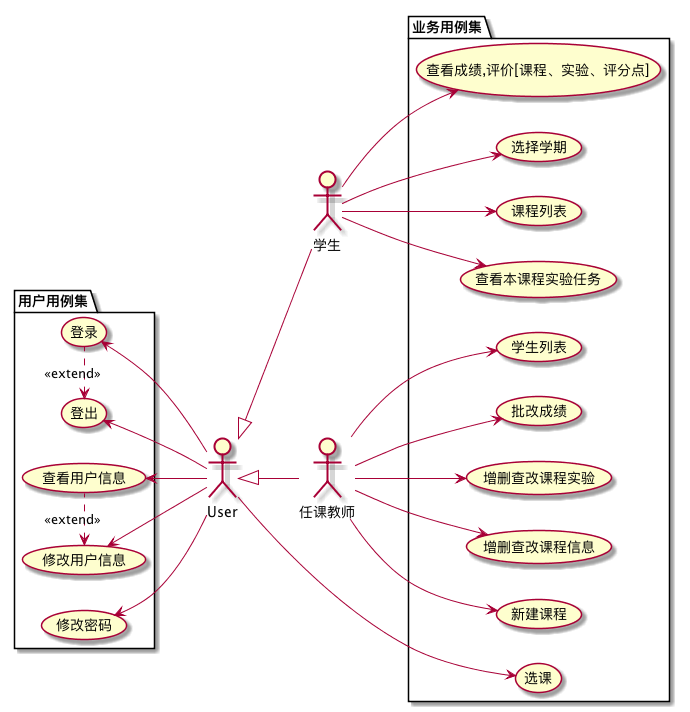
Above: out/test6/用例图/用例图.png in Landy7/is_analysis (PlantUML), before the change. Source of this version:
```plantuml
@startuml 用例图
left to right direction
:User:
:学生: as student
:任课教师: as teacher
package 用户用例集{
    (查看用户信息) as showUser
    (修改用户信息) as updateUser
    (修改密码) as updatePwd
    (登录) as login
    (登出) as logout
    login -left.-> logout:<<extend>>
    User -up-> showUser
    User -up-> updateUser
    User -up-> updatePwd
    User -up-> login
    User -up-> logout
    showUser -left.-> updateUser:<<extend>>
}
package 业务用例集{
    (选课) as singCourse
    (课程列表) as getClassList
    (学生列表) as GetStudents
    (批改成绩) as setGrade
    (增删查改课程实验) as CourseTask
    (增删查改课程信息) as Course
    (新建课程) as addCourse
    (查看本课程实验任务) as showCourseAssign
    (查看成绩,评价[课程、实验、评分点]) as Score
    (选择学期) as semester
    student --> showCourseAssign
    student --> Score
    student --> getClassList
    student --> semester
    User --> singCourse
    teacher --> GetStudents
    teacher --> setGrade
    teacher --> CourseTask
    teacher --> Course
    teacher --> addCourse
}
student -up-|> User
teacher -up-|> User
@enduml
```
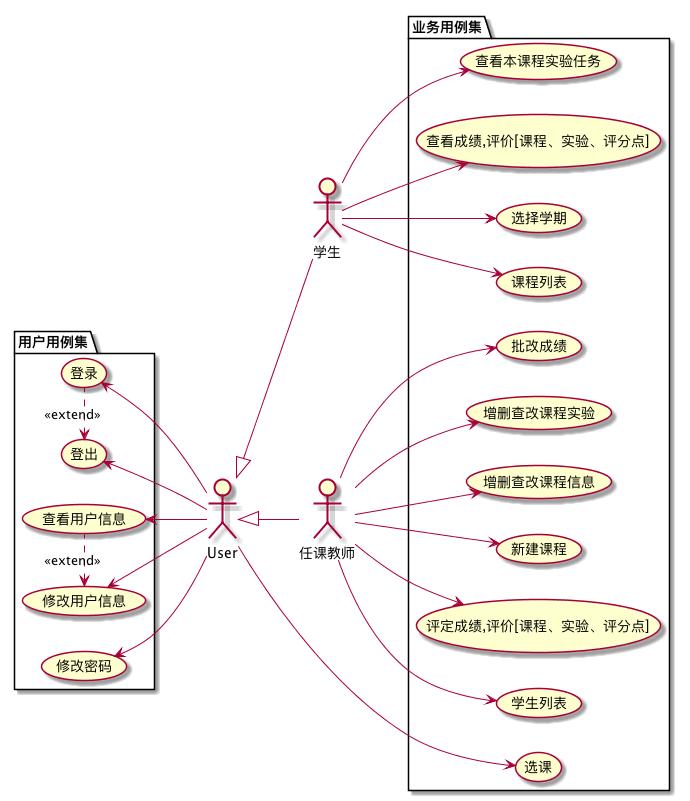
The same file after the commit.

Diff of the diagram source:
```diff
@@ -27,6 +27,7 @@
     (新建课程) as addCourse
     (查看本课程实验任务) as showCourseAssign
     (查看成绩,评价[课程、实验、评分点]) as Score
+    (评定成绩,评价[课程、实验、评分点]) as ScoreAssess
     (选择学期) as semester
     student --> showCourseAssign
     student --> Score
@@ -38,6 +39,7 @@
     teacher --> CourseTask
     teacher --> Course
     teacher --> addCourse
+    teacher --> ScoreAssess
 }
 student -up-|> User
 teacher -up-|> User
```
